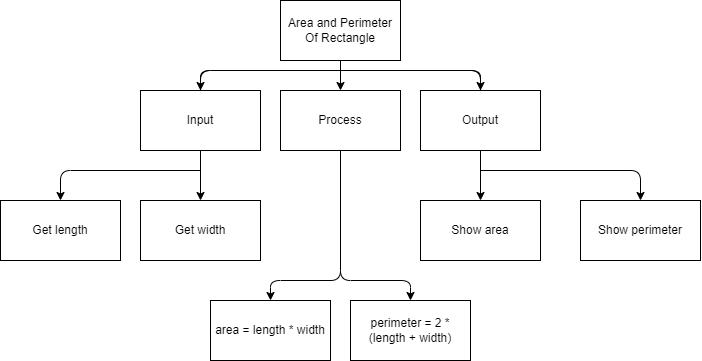
Above: flowchart.png in KaitlynIp64/ICS3UR-Unit-2-02-Python (draw.io), before the change. Source tidied: cells renumbered, new cells last; positions are measured from the earlier drawing's top-left corner, leaving out a move shared by most shapes.
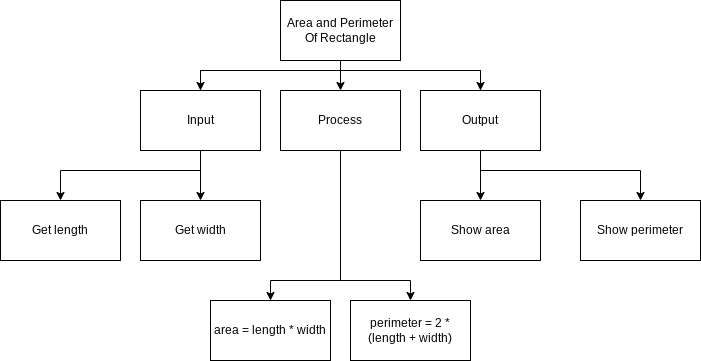
Later version of the same file.

The edit, as a diff of the source:
```diff
@@ -8,7 +8,7 @@
     <mxCell id="3" value="Area and Perimeter Of Rectangle" style="rounded=0;whiteSpace=wrap;html=1;" parent="1" vertex="1">
       <mxGeometry x="280" width="120" height="60" as="geometry" />
     </mxCell>
-    <mxCell id="4" style="edgeStyle=none;html=1;entryX=0.5;entryY=0;entryDx=0;entryDy=0;" parent="1" edge="1" source="7" target="14">
+    <mxCell id="4" style="edgeStyle=none;html=1;entryX=0.5;entryY=0;entryDx=0;entryDy=0;rounded=0;" parent="1" edge="1" source="7" target="14">
       <mxGeometry relative="1" as="geometry">
         <Array as="points">
           <mxPoint x="200" y="70" />
@@ -19,7 +19,7 @@
     <mxCell id="5" style="edgeStyle=none;html=1;entryX=0.5;entryY=0;entryDx=0;entryDy=0;" parent="1" edge="1" source="7" target="15">
       <mxGeometry relative="1" as="geometry" />
     </mxCell>
-    <mxCell id="6" style="edgeStyle=none;html=1;entryX=0.5;entryY=0;entryDx=0;entryDy=0;" parent="1" edge="1" target="16">
+    <mxCell id="6" style="edgeStyle=none;html=1;entryX=0.5;entryY=0;entryDx=0;entryDy=0;rounded=0;" parent="1" edge="1" target="16">
       <mxGeometry relative="1" as="geometry">
         <mxPoint x="200" y="170" as="sourcePoint" />
         <Array as="points">
@@ -30,7 +30,7 @@
     <mxCell id="7" value="Input" style="rounded=0;whiteSpace=wrap;html=1;" parent="1" vertex="1">
       <mxGeometry x="140" y="90" width="120" height="60" as="geometry" />
     </mxCell>
-    <mxCell id="8" style="edgeStyle=none;html=1;entryX=0.5;entryY=0;entryDx=0;entryDy=0;" parent="1" edge="1" source="10" target="19">
+    <mxCell id="8" style="edgeStyle=none;html=1;entryX=0.5;entryY=0;entryDx=0;entryDy=0;rounded=0;" parent="1" edge="1" source="10" target="19">
       <mxGeometry relative="1" as="geometry">
         <Array as="points">
           <mxPoint x="340" y="280" />
@@ -38,7 +38,7 @@
         </Array>
       </mxGeometry>
     </mxCell>
-    <mxCell id="9" style="edgeStyle=none;html=1;entryX=0.5;entryY=0;entryDx=0;entryDy=0;" parent="1" edge="1" source="10" target="20">
+    <mxCell id="9" style="edgeStyle=none;html=1;entryX=0.5;entryY=0;entryDx=0;entryDy=0;rounded=0;" parent="1" edge="1" source="10" target="20">
       <mxGeometry relative="1" as="geometry">
         <Array as="points">
           <mxPoint x="340" y="280" />
@@ -49,7 +49,7 @@
     <mxCell id="10" value="Process" style="rounded=0;whiteSpace=wrap;html=1;" parent="1" vertex="1">
       <mxGeometry x="280" y="90" width="120" height="60" as="geometry" />
     </mxCell>
-    <mxCell id="11" style="edgeStyle=none;html=1;entryX=0.5;entryY=0;entryDx=0;entryDy=0;" parent="1" edge="1" source="14" target="7">
+    <mxCell id="11" style="edgeStyle=none;html=1;entryX=0.5;entryY=0;entryDx=0;entryDy=0;rounded=0;" parent="1" edge="1" source="14" target="7">
       <mxGeometry relative="1" as="geometry">
         <Array as="points">
           <mxPoint x="480" y="70" />
@@ -60,7 +60,7 @@
     <mxCell id="12" style="edgeStyle=none;html=1;exitX=0.5;exitY=1;exitDx=0;exitDy=0;entryX=0.5;entryY=0;entryDx=0;entryDy=0;" parent="1" edge="1" source="14" target="17">
       <mxGeometry relative="1" as="geometry" />
     </mxCell>
-    <mxCell id="13" style="edgeStyle=none;html=1;entryX=0.5;entryY=0;entryDx=0;entryDy=0;" parent="1" edge="1" target="18">
+    <mxCell id="13" style="edgeStyle=none;html=1;entryX=0.5;entryY=0;entryDx=0;entryDy=0;rounded=0;" parent="1" edge="1" target="18">
       <mxGeometry relative="1" as="geometry">
         <mxPoint x="480" y="170" as="sourcePoint" />
         <Array as="points">
```
